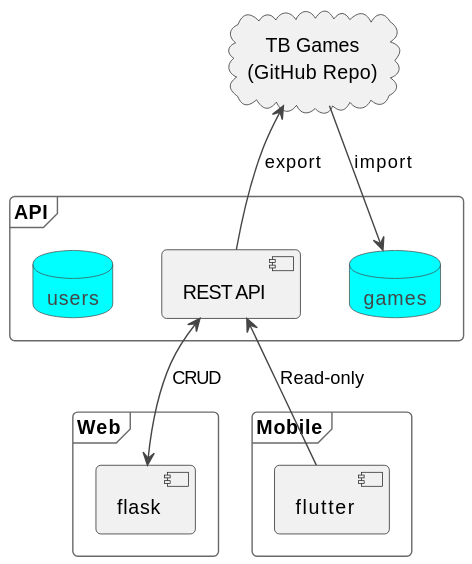
Above: docs/aleleio-components.svg in aleleio/aleleio-api (PlantUML), before the change. Its diagram source:
```plantuml
@startuml
skinparam defaultTextAlignment center
!theme vibrant

frame "API" {
    [REST API]
    database games
    database users
}

frame "Web" {
    [flask]
}
[flask] <-up-> [REST API]: "CRUD"

frame "Mobile" {
    [flutter] -up-> [REST API]: "Read-only"
}

cloud "TB Games\n(GitHub Repo)" as Repo {
}

Repo <-- [REST API] : "export"
Repo --> games : "import"


@enduml
```
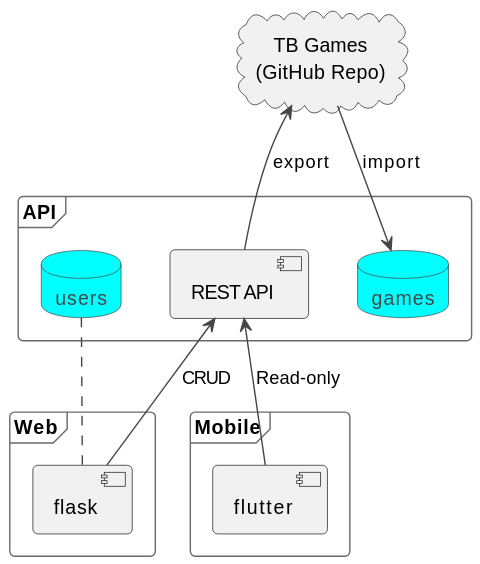
The same diagram one commit later.

What changed in the source:
```diff
@@ -11,7 +11,8 @@
 frame "Web" {
     [flask]
 }
-[flask] <-up-> [REST API]: "CRUD"
+[flask] -up-> [REST API]: "CRUD"
+[flask] .up. [users]
 
 frame "Mobile" {
     [flutter] -up-> [REST API]: "Read-only"
```
